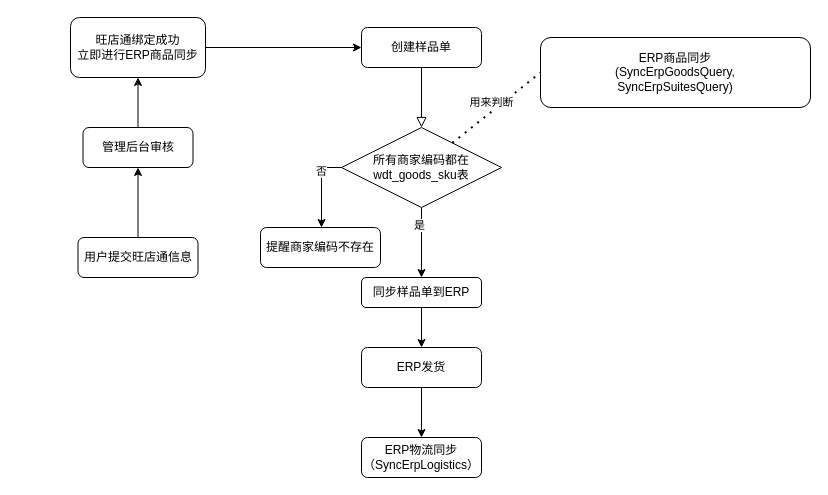
Above: erp/未命名绘图.drawio in sihaibao/note (draw.io), before the change. Source tidied: cells renumbered, new cells numbered last; positions are measured from the earlier drawing's top-left corner, leaving out a move shared by most shapes. Both pictures are drawn from the tidied source at 100%, with x=0, y=0 at pixel (70, 17).
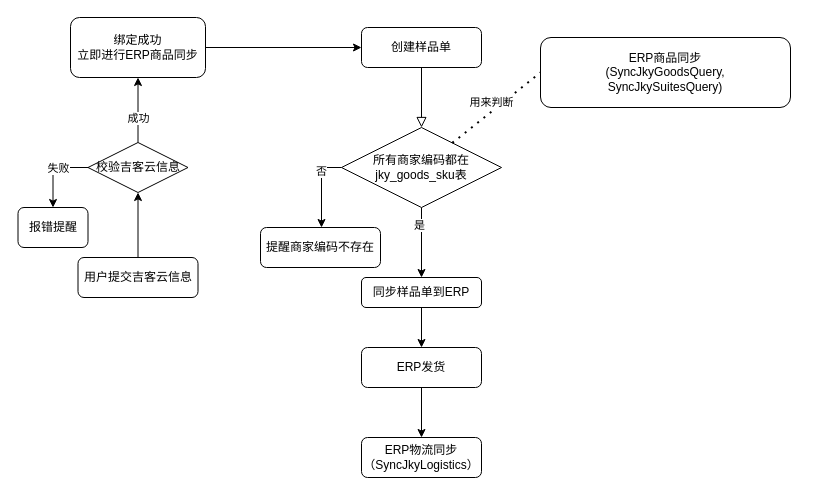
The same diagram, later.

What changed in the source:
```diff
@@
-    <mxCell id="6" value="ERP商品同步&lt;br&gt;(SyncErpGoodsQuery,&lt;br&gt;SyncErpSuitesQuery)" style="rounded=1;whiteSpace=wrap;html=1;fontSize=12;glass=0;strokeWidth=1;shadow=0;" parent="1" vertex="1">
-      <mxGeometry x="470" y="20" width="270" height="70" as="geometry" />
+    <mxCell id="6" value="ERP商品同步&lt;br&gt;(SyncJkyGoodsQuery,&lt;br&gt;SyncJkySuitesQuery)" style="rounded=1;whiteSpace=wrap;html=1;fontSize=12;glass=0;strokeWidth=1;shadow=0;" parent="1" vertex="1">
+      <mxGeometry x="470" y="20" width="250" height="70" as="geometry" />
     </mxCell>
@@
-    <mxCell id="13" value="所有商家编码都在wdt_goods_sku表" style="rhombus;whiteSpace=wrap;html=1;" parent="1" vertex="1">
+    <mxCell id="13" value="所有商家编码都在jky_goods_sku表" style="rhombus;whiteSpace=wrap;html=1;" parent="1" vertex="1">
       <mxGeometry x="271" y="110" width="160" height="80" as="geometry" />
     </mxCell>
@@
-    <mxCell id="17" value="ERP物流同步&lt;br style=&quot;border-color: var(--border-color);&quot;&gt;（SyncErpLogistics）" style="rounded=1;whiteSpace=wrap;html=1;fontSize=12;glass=0;strokeWidth=1;shadow=0;" parent="1" vertex="1">
+    <mxCell id="17" value="ERP物流同步&lt;br style=&quot;border-color: var(--border-color);&quot;&gt;（SyncJkyLogistics）" style="rounded=1;whiteSpace=wrap;html=1;fontSize=12;glass=0;strokeWidth=1;shadow=0;" parent="1" vertex="1">
       <mxGeometry x="291" y="420" width="120" height="40" as="geometry" />
     </mxCell>
-    <mxCell id="18" style="edgeStyle=orthogonalEdgeStyle;rounded=0;jettySize=auto;html=1;entryX=0.5;entryY=1;entryDx=0;entryDy=0;" parent="1" edge="1" source="19" target="21">
-      <mxGeometry relative="1" as="geometry" />
-    </mxCell>
-    <mxCell id="19" value="用户提交旺店通信息" style="rounded=1;whiteSpace=wrap;html=1;fontSize=12;glass=0;strokeWidth=1;shadow=0;" parent="1" vertex="1">
-      <mxGeometry x="7.5" y="220" width="120" height="40" as="geometry" />
+    <mxCell id="19" value="用户提交吉客云信息" style="rounded=1;whiteSpace=wrap;html=1;fontSize=12;glass=0;strokeWidth=1;shadow=0;" parent="1" vertex="1">
+      <mxGeometry x="7.5" y="240" width="120" height="40" as="geometry" />
     </mxCell>
-    <mxCell id="20" style="edgeStyle=orthogonalEdgeStyle;rounded=0;jettySize=auto;html=1;entryX=0.5;entryY=1;entryDx=0;entryDy=0;" parent="1" edge="1" source="21" target="23">
+    <mxCell id="20" style="edgeStyle=orthogonalEdgeStyle;rounded=0;jettySize=auto;html=1;entryX=0.5;entryY=1;entryDx=0;entryDy=0;exitX=0.5;exitY=0;exitDx=0;exitDy=0;" parent="1" edge="1" source="28" target="23">
       <mxGeometry relative="1" as="geometry" />
     </mxCell>
-    <mxCell id="21" value="管理后台审核" style="rounded=1;whiteSpace=wrap;html=1;fontSize=12;glass=0;strokeWidth=1;shadow=0;" parent="1" vertex="1">
-      <mxGeometry x="12.5" y="110" width="110" height="40" as="geometry" />
-    </mxCell>
+    <mxCell id="24" value="成功" style="edgeLabel;html=1;align=center;verticalAlign=middle;" parent="20" vertex="1">
+      <mxGeometry x="-0.23" relative="1" as="geometry" />
+    </mxCell>
@@
-    <mxCell id="23" value="旺店通绑定成功&lt;br&gt;立即进行ERP商品同步" style="rounded=1;whiteSpace=wrap;html=1;fontSize=12;glass=0;strokeWidth=1;shadow=0;" parent="1" vertex="1">
+    <mxCell id="23" value="绑定成功&lt;br&gt;立即进行ERP商品同步" style="rounded=1;whiteSpace=wrap;html=1;fontSize=12;glass=0;strokeWidth=1;shadow=0;" parent="1" vertex="1">
       <mxGeometry width="135" height="60" as="geometry" />
     </mxCell>
+    <mxCell id="25" style="edgeStyle=orthogonalEdgeStyle;rounded=0;jettySize=auto;html=1;entryX=0.5;entryY=1;entryDx=0;entryDy=0;" parent="1" edge="1" source="19" target="28">
+      <mxGeometry relative="1" as="geometry" />
+    </mxCell>
+    <mxCell id="26" style="edgeStyle=orthogonalEdgeStyle;rounded=0;jettySize=auto;html=1;exitX=0;exitY=0.5;exitDx=0;exitDy=0;entryX=0.5;entryY=0;entryDx=0;entryDy=0;" parent="1" edge="1" source="28" target="29">
+      <mxGeometry relative="1" as="geometry" />
+    </mxCell>
+    <mxCell id="27" value="失败" style="edgeLabel;html=1;align=center;verticalAlign=middle;" parent="26" vertex="1">
+      <mxGeometry x="-0.21" relative="1" as="geometry" />
+    </mxCell>
+    <mxCell id="28" value="校验吉客云信息" style="rhombus;whiteSpace=wrap;html=1;" parent="1" vertex="1">
+      <mxGeometry x="17.5" y="125" width="100" height="50" as="geometry" />
+    </mxCell>
+    <mxCell id="29" value="报错提醒" style="rounded=1;whiteSpace=wrap;html=1;fontSize=12;glass=0;strokeWidth=1;shadow=0;" parent="1" vertex="1">
+      <mxGeometry x="-52.5" y="190" width="70" height="40" as="geometry" />
+    </mxCell>
```
